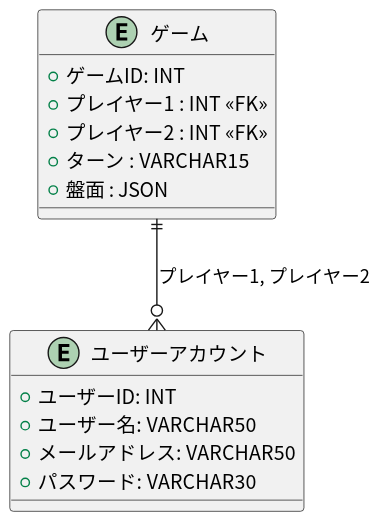
Earlier version of the PlantUML export docs/er/er_diagram/er.svg (tomoki-shiozaki/othello). Its diagram source:
```plantuml
@startuml
skinparam defaultFontName "Noto Sans CJK JP"
entity "ユーザーアカウント" {
  +ユーザーID: INT
  +ユーザー名: VARCHAR50
  +メールアドレス: VARCHAR50
  +パスワード: VARCHAR30
}

entity "ゲーム" {
  +ゲームID: INT
  +プレイヤー1 : INT <<FK>>
  +プレイヤー2 : INT <<FK>>
  +ターン : VARCHAR15
  +盤面 : JSON
}

"ゲーム" ||--o{ "ユーザーアカウント" : "プレイヤー1, プレイヤー2"
@enduml
```
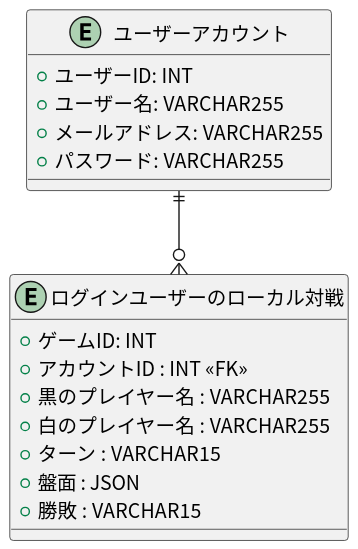
After the change.

Change to the diagram source:
```diff
@@ -2,18 +2,20 @@
 skinparam defaultFontName "Noto Sans CJK JP"
 entity "ユーザーアカウント" {
   +ユーザーID: INT
-  +ユーザー名: VARCHAR50
-  +メールアドレス: VARCHAR50
-  +パスワード: VARCHAR30
+  +ユーザー名: VARCHAR255
+  +メールアドレス: VARCHAR255
+  +パスワード: VARCHAR255
 }
 
-entity "ゲーム" {
+entity "ログインユーザーのローカル対戦" {
   +ゲームID: INT
-  +プレイヤー1 : INT <<FK>>
-  +プレイヤー2 : INT <<FK>>
+  +アカウントID : INT <<FK>>
+  +黒のプレイヤー名 : VARCHAR255
+  +白のプレイヤー名 : VARCHAR255
   +ターン : VARCHAR15
   +盤面 : JSON
+  +勝敗 : VARCHAR15
 }
 
-"ゲーム" ||--o{ "ユーザーアカウント" : "プレイヤー1, プレイヤー2"
+"ユーザーアカウント" ||--o{ "ログインユーザーのローカル対戦"
 @enduml
```
